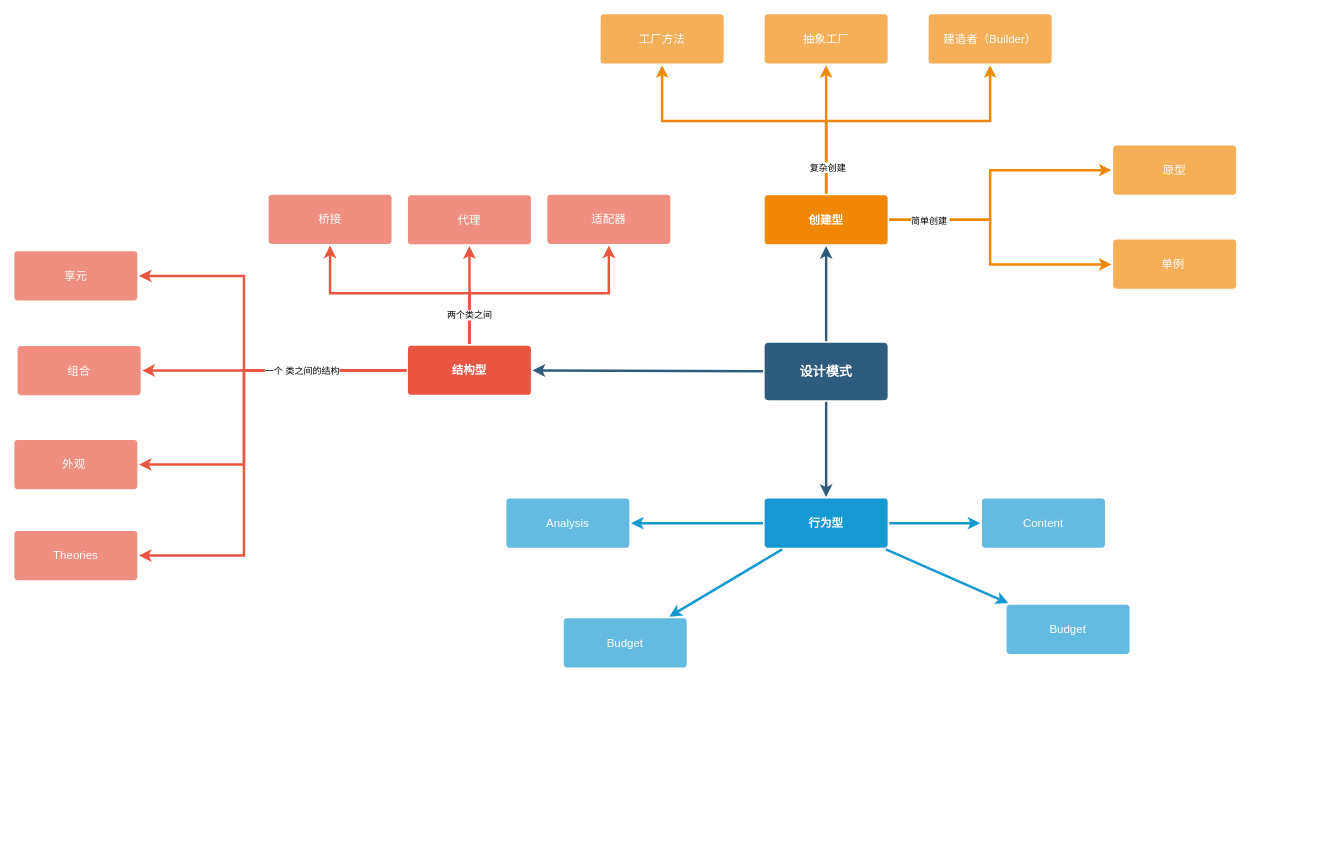
Fuku-L/draw-io-repo keeps this draw.io diagram as 设计模式/00-设计模式汇总（记忆）.drawio. Above is the earlier version. Source tidied: cells renumbered, new cells numbered last; positions are measured from the earlier drawing's top-left corner, leaving out a move shared by most shapes. Both pictures are drawn from the tidied source at 82%, with x=0, y=0 at pixel (14, 14).
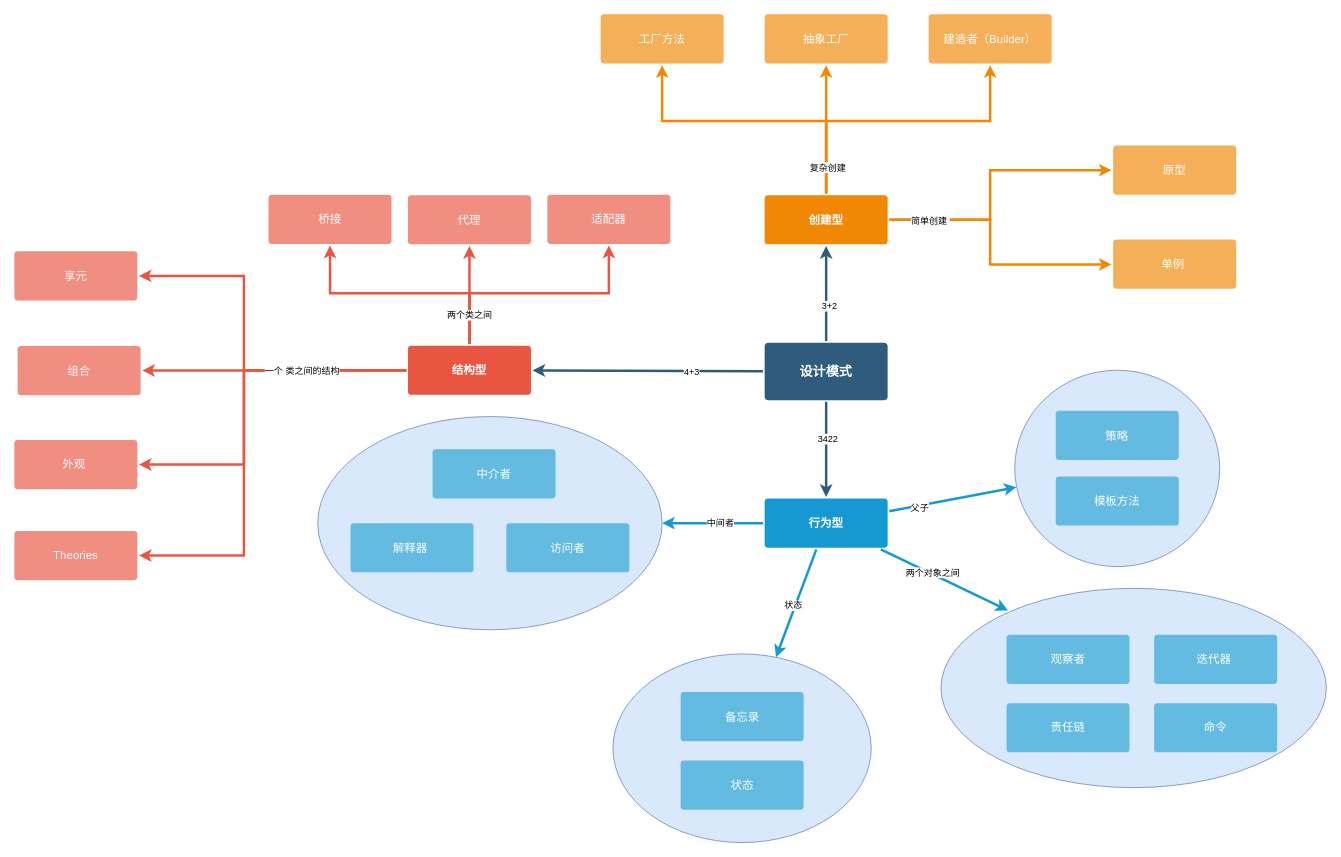
The same page after the edit.

Commit message (it also covers changes not shown here):
更新00-设计模式汇总（记忆）.drawio

Unchanged cells that the change refers to:
```xml
<mxCell id="2" style="edgeStyle=none;rounded=0;jumpStyle=none;html=1;shadow=0;labelBackgroundColor=none;startArrow=none;startFill=0;endArrow=classic;endFill=1;jettySize=auto;strokeColor=#2F5B7C;strokeWidth=3;fontFamily=Helvetica;fontSize=16;fontColor=#23445D;spacing=5;" parent="1" edge="1" source="5" target="18">
  <mxGeometry relative="1" as="geometry" />
</mxCell>
<mxCell id="3" style="edgeStyle=none;rounded=0;jumpStyle=none;html=1;shadow=0;labelBackgroundColor=none;startArrow=none;startFill=0;endArrow=classic;endFill=1;jettySize=auto;strokeColor=#2F5B7C;strokeWidth=3;fontFamily=Helvetica;fontSize=16;fontColor=#23445D;spacing=5;" parent="1" edge="1" source="5" target="14">
  <mxGeometry relative="1" as="geometry" />
</mxCell>
<mxCell id="4" style="edgeStyle=none;rounded=0;jumpStyle=none;html=1;shadow=0;labelBackgroundColor=none;startArrow=none;startFill=0;endArrow=classic;endFill=1;jettySize=auto;strokeColor=#2F5B7C;strokeWidth=3;fontFamily=Helvetica;fontSize=16;fontColor=#23445D;spacing=5;" parent="1" edge="1" source="5" target="7">
  <mxGeometry relative="1" as="geometry" />
</mxCell>
<mxCell id="14" value="行为型" style="rounded=1;whiteSpace=wrap;html=1;shadow=0;labelBackgroundColor=none;strokeColor=none;strokeWidth=3;fillColor=#1699d3;fontFamily=Helvetica;fontSize=14;fontColor=#FFFFFF;align=center;spacing=5;fontStyle=1;arcSize=7;perimeterSpacing=2;" parent="1" vertex="1">
  <mxGeometry x="915" y="590.5" width="150" height="60" as="geometry" />
</mxCell>
```

The edit, as a diff of the source:
```diff
@@
+    <mxCell id="45" style="ellipse;whiteSpace=wrap;html=1;fillColor=#dae8fc;strokeColor=#6c8ebf;" parent="1" vertex="1">
+      <mxGeometry x="730" y="780" width="315" height="230" as="geometry" />
+    </mxCell>
@@
+    <mxCell id="46" value="3+2" style="edgeLabel;html=1;align=center;verticalAlign=middle;" parent="2" vertex="1">
+      <mxGeometry x="-0.25" y="-3" relative="1" as="geometry">
+        <mxPoint y="1" as="offset" />
+      </mxGeometry>
+    </mxCell>
@@
+    <mxCell id="47" value="3422" style="edgeLabel;html=1;align=center;verticalAlign=middle;" parent="3" vertex="1">
+      <mxGeometry x="-0.22" y="1" relative="1" as="geometry" />
+    </mxCell>
@@
+    <mxCell id="48" value="4+3" style="edgeLabel;html=1;align=center;verticalAlign=middle;" parent="4" vertex="1">
+      <mxGeometry x="-0.38" y="1" relative="1" as="geometry" />
+    </mxCell>
@@
-    <mxCell id="11" style="edgeStyle=none;rounded=0;jumpStyle=none;html=1;shadow=0;labelBackgroundColor=none;startArrow=none;startFill=0;endArrow=classic;endFill=1;jettySize=auto;strokeColor=#1699D3;strokeWidth=3;fontFamily=Helvetica;fontSize=14;fontColor=#FFFFFF;spacing=5;" parent="1" edge="1" source="14" target="17">
+    <mxCell id="11" style="edgeStyle=none;rounded=0;jumpStyle=none;html=1;shadow=0;labelBackgroundColor=none;startArrow=none;startFill=0;endArrow=classic;endFill=1;jettySize=auto;strokeColor=#1699D3;strokeWidth=3;fontFamily=Helvetica;fontSize=14;fontColor=#FFFFFF;spacing=5;" parent="1" edge="1" source="14" target="64">
       <mxGeometry relative="1" as="geometry" />
     </mxCell>
+    <mxCell id="49" value="中间者" style="edgeLabel;html=1;align=center;verticalAlign=middle;" parent="11" vertex="1">
+      <mxGeometry x="-0.43" y="-1" relative="1" as="geometry">
+        <mxPoint x="-18" y="1" as="offset" />
+      </mxGeometry>
+    </mxCell>
-    <mxCell id="12" style="edgeStyle=none;rounded=0;jumpStyle=none;html=1;shadow=0;labelBackgroundColor=none;startArrow=none;startFill=0;endArrow=classic;endFill=1;jettySize=auto;strokeColor=#1699D3;strokeWidth=3;fontFamily=Helvetica;fontSize=14;fontColor=#FFFFFF;spacing=5;" parent="1" edge="1" source="14" target="16">
+    <mxCell id="12" style="edgeStyle=none;rounded=0;jumpStyle=none;html=1;shadow=0;labelBackgroundColor=none;startArrow=none;startFill=0;endArrow=classic;endFill=1;jettySize=auto;strokeColor=#1699D3;strokeWidth=3;fontFamily=Helvetica;fontSize=14;fontColor=#FFFFFF;spacing=5;" parent="1" edge="1" source="14" target="45">
       <mxGeometry relative="1" as="geometry" />
     </mxCell>
-    <mxCell id="13" style="edgeStyle=none;rounded=0;jumpStyle=none;html=1;shadow=0;labelBackgroundColor=none;startArrow=none;startFill=0;endArrow=classic;endFill=1;jettySize=auto;strokeColor=#1699D3;strokeWidth=3;fontFamily=Helvetica;fontSize=14;fontColor=#FFFFFF;spacing=5;" parent="1" edge="1" source="14" target="15">
-      <mxGeometry relative="1" as="geometry" />
-    </mxCell>
+    <mxCell id="50" value="状态" style="edgeLabel;html=1;align=center;verticalAlign=middle;" parent="12" vertex="1">
+      <mxGeometry x="-0.48" y="1" relative="1" as="geometry">
+        <mxPoint x="-16" y="33" as="offset" />
+      </mxGeometry>
+    </mxCell>
@@
-    <mxCell id="15" value="Content" style="rounded=1;whiteSpace=wrap;html=1;shadow=0;labelBackgroundColor=none;strokeColor=none;strokeWidth=3;fillColor=#64bbe2;fontFamily=Helvetica;fontSize=14;fontColor=#FFFFFF;align=center;spacing=5;arcSize=7;perimeterSpacing=2;" parent="1" vertex="1">
-      <mxGeometry x="1180" y="590.5" width="150" height="60" as="geometry" />
-    </mxCell>
-    <mxCell id="16" value="Budget" style="rounded=1;whiteSpace=wrap;html=1;shadow=0;labelBackgroundColor=none;strokeColor=none;strokeWidth=3;fillColor=#64bbe2;fontFamily=Helvetica;fontSize=14;fontColor=#FFFFFF;align=center;spacing=5;arcSize=7;perimeterSpacing=2;" parent="1" vertex="1">
-      <mxGeometry x="670" y="736.5" width="150" height="60" as="geometry" />
+    <mxCell id="16" value="备忘录" style="rounded=1;whiteSpace=wrap;html=1;shadow=0;labelBackgroundColor=none;strokeColor=none;strokeWidth=3;fillColor=#64bbe2;fontFamily=Helvetica;fontSize=14;fontColor=#FFFFFF;align=center;spacing=5;arcSize=7;perimeterSpacing=2;" parent="1" vertex="1">
+      <mxGeometry x="812.5" y="826.5" width="150" height="60" as="geometry" />
     </mxCell>
-    <mxCell id="17" value="Analysis" style="rounded=1;whiteSpace=wrap;html=1;shadow=0;labelBackgroundColor=none;strokeColor=none;strokeWidth=3;fillColor=#64bbe2;fontFamily=Helvetica;fontSize=14;fontColor=#FFFFFF;align=center;spacing=5;arcSize=7;perimeterSpacing=2;" parent="1" vertex="1">
-      <mxGeometry x="600" y="590.5" width="150" height="60" as="geometry" />
-    </mxCell>
@@
+    <mxCell id="44" style="edgeStyle=none;rounded=0;jumpStyle=none;html=1;shadow=0;labelBackgroundColor=none;startArrow=none;startFill=0;endArrow=classic;endFill=1;jettySize=auto;strokeColor=#1699D3;strokeWidth=3;fontFamily=Helvetica;fontSize=14;fontColor=#FFFFFF;spacing=5;entryX=0.174;entryY=0.111;entryDx=0;entryDy=0;entryPerimeter=0;" parent="1" edge="1" source="14" target="58">
+      <mxGeometry relative="1" as="geometry" />
+    </mxCell>
+    <mxCell id="51" value="两个对象之间" style="edgeLabel;html=1;align=center;verticalAlign=middle;" parent="44" vertex="1">
+      <mxGeometry x="-0.5" y="-2" relative="1" as="geometry">
+        <mxPoint x="25" y="8" as="offset" />
+      </mxGeometry>
+    </mxCell>
+    <mxCell id="52" style="rounded=0;jumpStyle=none;html=1;shadow=0;labelBackgroundColor=none;startArrow=none;startFill=0;endArrow=classic;endFill=1;jettySize=auto;strokeColor=#1699D3;strokeWidth=3;fontFamily=Helvetica;fontSize=14;fontColor=#FFFFFF;spacing=5;" parent="1" edge="1" source="14" target="55">
+      <mxGeometry relative="1" as="geometry" />
+    </mxCell>
+    <mxCell id="53" value="父子" style="edgeLabel;html=1;align=center;verticalAlign=middle;" parent="52" vertex="1">
+      <mxGeometry x="-0.53" y="-2" relative="1" as="geometry" />
+    </mxCell>
+    <mxCell id="54" style="group;" parent="1" vertex="1">
+      <mxGeometry x="1220" y="434" width="250" height="239.5" as="geometry" />
+    </mxCell>
+    <mxCell id="55" style="ellipse;whiteSpace=wrap;html=1;fillColor=#dae8fc;strokeColor=#6c8ebf;" parent="54" vertex="1">
+      <mxGeometry width="250" height="239.5" as="geometry" />
+    </mxCell>
+    <mxCell id="15" value="策略" style="rounded=1;whiteSpace=wrap;html=1;shadow=0;labelBackgroundColor=none;strokeColor=none;strokeWidth=3;fillColor=#64bbe2;fontFamily=Helvetica;fontSize=14;fontColor=#FFFFFF;align=center;spacing=5;arcSize=7;perimeterSpacing=2;" parent="54" vertex="1">
+      <mxGeometry x="50" y="49.5" width="150" height="60" as="geometry" />
+    </mxCell>
+    <mxCell id="56" value="模板方法" style="rounded=1;whiteSpace=wrap;html=1;shadow=0;labelBackgroundColor=none;strokeColor=none;strokeWidth=3;fillColor=#64bbe2;fontFamily=Helvetica;fontSize=14;fontColor=#FFFFFF;align=center;spacing=5;arcSize=7;perimeterSpacing=2;" parent="54" vertex="1">
+      <mxGeometry x="50" y="129.5" width="150" height="60" as="geometry" />
+    </mxCell>
+    <mxCell id="57" style="group;" parent="1" vertex="1">
+      <mxGeometry x="1130" y="700" width="470" height="243" as="geometry" />
+    </mxCell>
+    <mxCell id="58" style="ellipse;whiteSpace=wrap;html=1;fillColor=#dae8fc;strokeColor=#6c8ebf;" parent="57" vertex="1">
+      <mxGeometry width="470" height="243" as="geometry" />
+    </mxCell>
-    <mxCell id="43" value="Budget" style="rounded=1;whiteSpace=wrap;html=1;shadow=0;labelBackgroundColor=none;strokeColor=none;strokeWidth=3;fillColor=#64bbe2;fontFamily=Helvetica;fontSize=14;fontColor=#FFFFFF;align=center;spacing=5;arcSize=7;perimeterSpacing=2;" parent="1" vertex="1">
-      <mxGeometry x="1210" y="720" width="150" height="60" as="geometry" />
+    <mxCell id="43" value="观察者" style="rounded=1;whiteSpace=wrap;html=1;shadow=0;labelBackgroundColor=none;strokeColor=none;strokeWidth=3;fillColor=#64bbe2;fontFamily=Helvetica;fontSize=14;fontColor=#FFFFFF;align=center;spacing=5;arcSize=7;perimeterSpacing=2;" parent="57" vertex="1">
+      <mxGeometry x="80" y="56.5" width="150" height="60" as="geometry" />
     </mxCell>
-    <mxCell id="44" style="edgeStyle=none;rounded=0;jumpStyle=none;html=1;shadow=0;labelBackgroundColor=none;startArrow=none;startFill=0;endArrow=classic;endFill=1;jettySize=auto;strokeColor=#1699D3;strokeWidth=3;fontFamily=Helvetica;fontSize=14;fontColor=#FFFFFF;spacing=5;" parent="1" edge="1" source="14" target="43">
-      <mxGeometry relative="1" as="geometry" />
-    </mxCell>
+    <mxCell id="59" value="责任链" style="rounded=1;whiteSpace=wrap;html=1;shadow=0;labelBackgroundColor=none;strokeColor=none;strokeWidth=3;fillColor=#64bbe2;fontFamily=Helvetica;fontSize=14;fontColor=#FFFFFF;align=center;spacing=5;arcSize=7;perimeterSpacing=2;" parent="57" vertex="1">
+      <mxGeometry x="80" y="140" width="150" height="60" as="geometry" />
+    </mxCell>
+    <mxCell id="60" value="命令" style="rounded=1;whiteSpace=wrap;html=1;shadow=0;labelBackgroundColor=none;strokeColor=none;strokeWidth=3;fillColor=#64bbe2;fontFamily=Helvetica;fontSize=14;fontColor=#FFFFFF;align=center;spacing=5;arcSize=7;perimeterSpacing=2;" parent="57" vertex="1">
+      <mxGeometry x="260" y="140" width="150" height="60" as="geometry" />
+    </mxCell>
+    <mxCell id="61" value="迭代器&amp;nbsp;" style="rounded=1;whiteSpace=wrap;html=1;shadow=0;labelBackgroundColor=none;strokeColor=none;strokeWidth=3;fillColor=#64bbe2;fontFamily=Helvetica;fontSize=14;fontColor=#FFFFFF;align=center;spacing=5;arcSize=7;perimeterSpacing=2;" parent="57" vertex="1">
+      <mxGeometry x="260" y="56.5" width="150" height="60" as="geometry" />
+    </mxCell>
+    <mxCell id="62" value="状态" style="rounded=1;whiteSpace=wrap;html=1;shadow=0;labelBackgroundColor=none;strokeColor=none;strokeWidth=3;fillColor=#64bbe2;fontFamily=Helvetica;fontSize=14;fontColor=#FFFFFF;align=center;spacing=5;arcSize=7;perimeterSpacing=2;" parent="1" vertex="1">
+      <mxGeometry x="812.5" y="910" width="150" height="60" as="geometry" />
+    </mxCell>
+    <mxCell id="63" style="group;" parent="1" vertex="1">
+      <mxGeometry x="370" y="490.5" width="420" height="260" as="geometry" />
+    </mxCell>
+    <mxCell id="64" style="ellipse;whiteSpace=wrap;html=1;fillColor=#dae8fc;strokeColor=#6c8ebf;" parent="63" vertex="1">
+      <mxGeometry width="420" height="260" as="geometry" />
+    </mxCell>
+    <mxCell id="17" value="中介者" style="rounded=1;whiteSpace=wrap;html=1;shadow=0;labelBackgroundColor=none;strokeColor=none;strokeWidth=3;fillColor=#64bbe2;fontFamily=Helvetica;fontSize=14;fontColor=#FFFFFF;align=center;spacing=5;arcSize=7;perimeterSpacing=2;" parent="63" vertex="1">
+      <mxGeometry x="140" y="40" width="150" height="60" as="geometry" />
+    </mxCell>
+    <mxCell id="65" value="访问者" style="rounded=1;whiteSpace=wrap;html=1;shadow=0;labelBackgroundColor=none;strokeColor=none;strokeWidth=3;fillColor=#64bbe2;fontFamily=Helvetica;fontSize=14;fontColor=#FFFFFF;align=center;spacing=5;arcSize=7;perimeterSpacing=2;" parent="63" vertex="1">
+      <mxGeometry x="230" y="130" width="150" height="60" as="geometry" />
+    </mxCell>
+    <mxCell id="66" value="解释器&amp;nbsp;" style="rounded=1;whiteSpace=wrap;html=1;shadow=0;labelBackgroundColor=none;strokeColor=none;strokeWidth=3;fillColor=#64bbe2;fontFamily=Helvetica;fontSize=14;fontColor=#FFFFFF;align=center;spacing=5;arcSize=7;perimeterSpacing=2;" parent="63" vertex="1">
+      <mxGeometry x="40" y="130" width="150" height="60" as="geometry" />
+    </mxCell>
```
